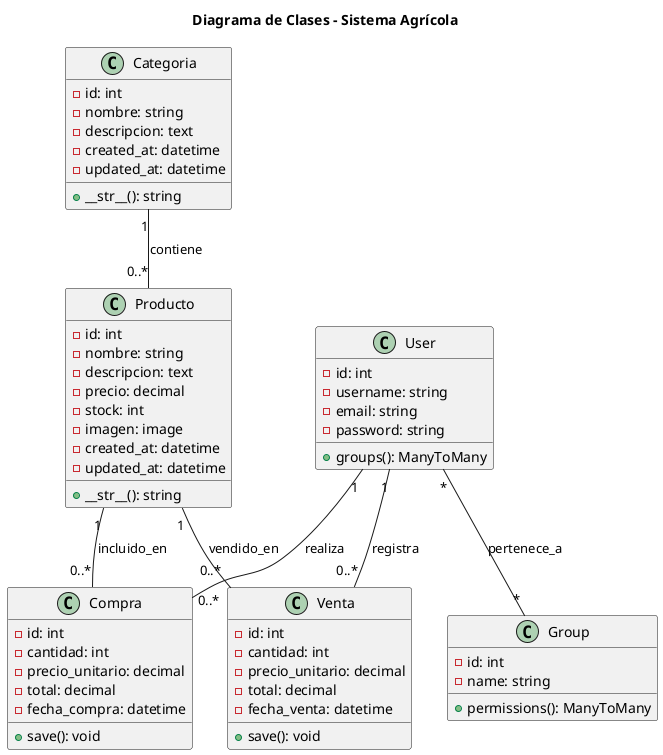
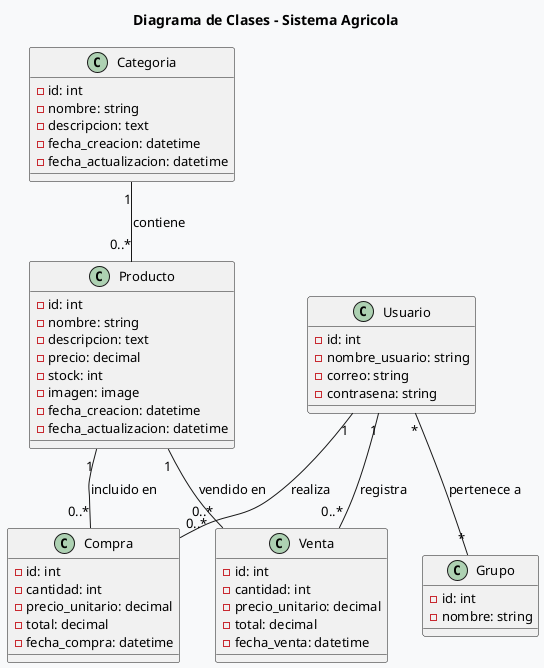
@startuml
- title Diagrama de Clases - Sistema Agrícola
+ title Diagrama de Clases - Sistema Agricola
+ skinparam defaultFontSize 13
+ skinparam backgroundColor #F8F9FA

class Categoria {
  - id: int
  - nombre: string
  - descripcion: text
-   - created_at: datetime
-   - updated_at: datetime
-   + __str__(): string
+   - fecha_creacion: datetime
+   - fecha_actualizacion: datetime
}

class Producto {
  - id: int
  - nombre: string
  - descripcion: text
  - precio: decimal
  - stock: int
  - imagen: image
-   - created_at: datetime
-   - updated_at: datetime
-   + __str__(): string
+   - fecha_creacion: datetime
+   - fecha_actualizacion: datetime
}

class Compra {
  - id: int
  - cantidad: int
  - precio_unitario: decimal
  - total: decimal
  - fecha_compra: datetime
-   + save(): void
}

class Venta {
  - id: int
  - cantidad: int
  - precio_unitario: decimal
  - total: decimal
  - fecha_venta: datetime
-   + save(): void
}

- class User {
+ class Usuario {
  - id: int
-   - username: string
-   - email: string
-   - password: string
-   + groups(): ManyToMany
+   - nombre_usuario: string
+   - correo: string
+   - contrasena: string
}

- class Group {
+ class Grupo {
  - id: int
-   - name: string
-   + permissions(): ManyToMany
+   - nombre: string
}

Categoria "1" -- "0..*" Producto : contiene
- Producto "1" -- "0..*" Compra : incluido_en
- Producto "1" -- "0..*" Venta : vendido_en
- User "1" -- "0..*" Compra : realiza
- User "1" -- "0..*" Venta : registra
- User "*" -- "*" Group : pertenece_a
+ Producto "1" -- "0..*" Compra : incluido en
+ Producto "1" -- "0..*" Venta : vendido en
+ Usuario "1" -- "0..*" Compra : realiza
+ Usuario "1" -- "0..*" Venta : registra
+ Usuario "*" -- "*" Grupo : pertenece a

@enduml
